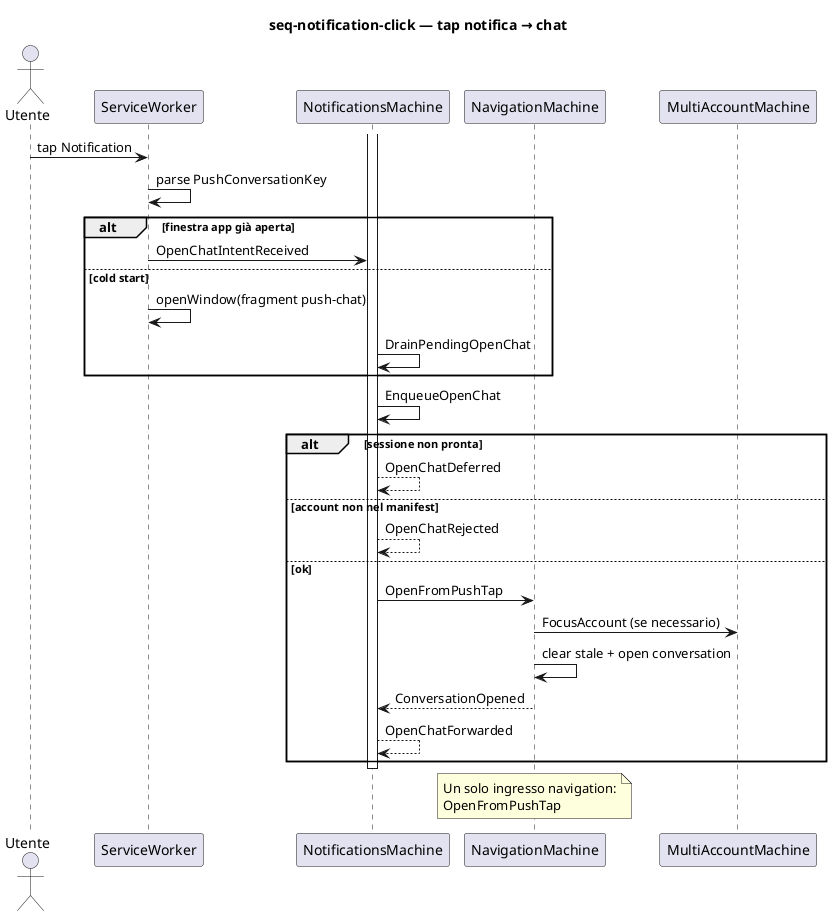
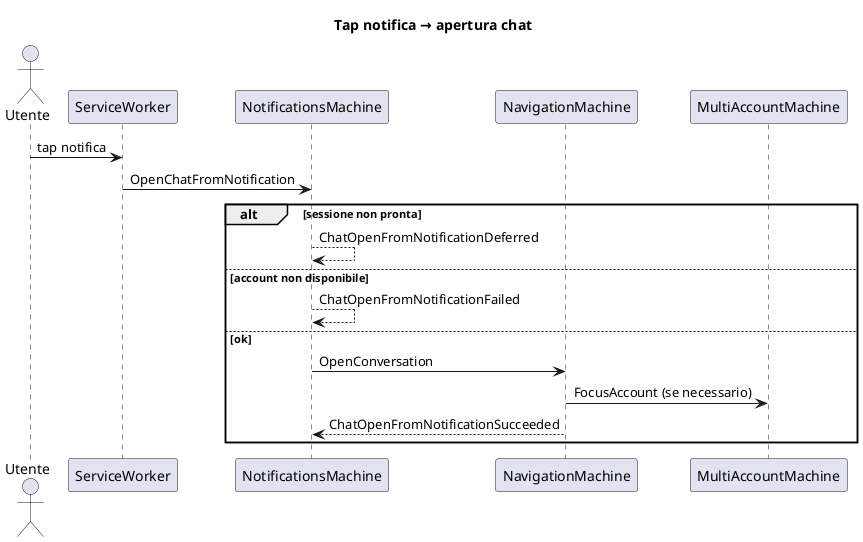
@startuml seq-notification-click
- ' Context: notifications → navigation (adapter)
+ ' Context: notifications → navigation
' Profile: client
- ' Command: OpenFromPushTap
- ' SDD: PROM-PUSH-NOTIFY-030, SURF-NOTIFICATIONS-006–007
' Revision: 2026-07-19

- title seq-notification-click — tap notifica → chat
+ title Tap notifica → apertura chat

actor Utente
participant "ServiceWorker" as SW
participant "NotificationsMachine" as NM
participant "NavigationMachine" as Nav
participant "MultiAccountMachine" as MAM

- Utente -> SW : tap Notification
- SW -> SW : parse PushConversationKey
+ Utente -> SW : tap notifica
+ SW -> NM : OpenChatFromNotification

- alt finestra app già aperta
-   SW -> NM : OpenChatIntentReceived
- else cold start
-   SW -> SW : openWindow(fragment push-chat)
-   NM -> NM : DrainPendingOpenChat
+ alt sessione non pronta
+   NM --> NM : ChatOpenFromNotificationDeferred
+ else account non disponibile
+   NM --> NM : ChatOpenFromNotificationFailed
+ else ok
+   NM -> Nav : OpenConversation
+   Nav -> MAM : FocusAccount (se necessario)
+   Nav --> NM : ChatOpenFromNotificationSucceeded
end

- activate NM
- NM -> NM : EnqueueOpenChat
- 
- alt sessione non pronta
-   NM --> NM : OpenChatDeferred
- else account non nel manifest
-   NM --> NM : OpenChatRejected
- else ok
-   NM -> Nav : OpenFromPushTap
-   Nav -> MAM : FocusAccount (se necessario)
-   Nav -> Nav : clear stale + open conversation
-   Nav --> NM : ConversationOpened
-   NM --> NM : OpenChatForwarded
- end
- deactivate NM
- 
- note over Nav
-   Un solo ingresso navigation:
-   OpenFromPushTap
- end note
- 
@enduml
